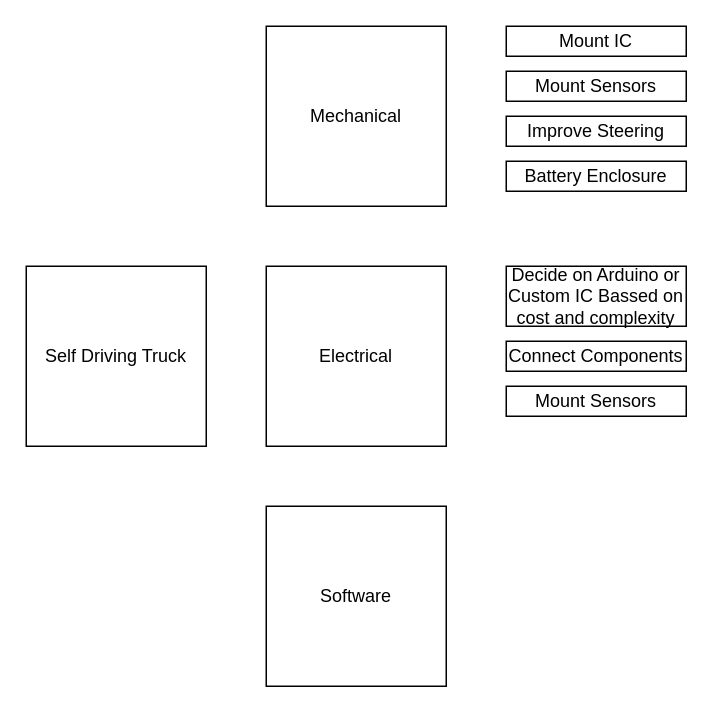
The draw.io diagram Self_Driving_Truck.drawio in usernamesareusless/Truck, before the edit. Source tidied: cells renumbered, new cells numbered last; positions are measured from the earlier drawing's top-left corner, leaving out a move shared by most shapes. Both pictures are drawn from the tidied source at 150%, with x=0, y=0 at pixel (26, 26).
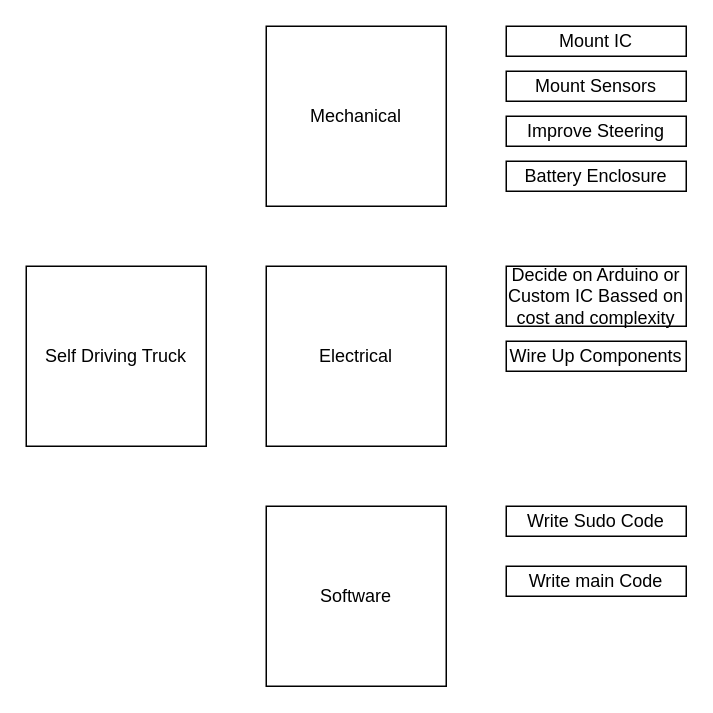
Above is the later version.

What changed in the source:
```diff
@@
 <mxGraphModel>
   <root>
     <mxCell id="0" />
     <mxCell id="1" parent="0" />
     <mxCell id="2" value="Self Driving Truck" style="whiteSpace=wrap;html=1;" parent="1" vertex="1">
       <mxGeometry y="160" width="120" height="120" as="geometry" />
     </mxCell>
     <mxCell id="3" value="Mechanical" style="whiteSpace=wrap;html=1;" parent="1" vertex="1">
       <mxGeometry x="160" width="120" height="120" as="geometry" />
     </mxCell>
     <mxCell id="4" value="Software" style="whiteSpace=wrap;html=1;" parent="1" vertex="1">
       <mxGeometry x="160" y="320" width="120" height="120" as="geometry" />
     </mxCell>
     <mxCell id="5" value="Electrical" style="whiteSpace=wrap;html=1;" parent="1" vertex="1">
       <mxGeometry x="160" y="160" width="120" height="120" as="geometry" />
     </mxCell>
     <mxCell id="6" value="Mount IC" style="rounded=0;whiteSpace=wrap;html=1;" parent="1" vertex="1">
       <mxGeometry x="320" width="120" height="20" as="geometry" />
     </mxCell>
     <mxCell id="7" value="Mount Sensors" style="rounded=0;whiteSpace=wrap;html=1;" parent="1" vertex="1">
       <mxGeometry x="320" y="30" width="120" height="20" as="geometry" />
     </mxCell>
     <mxCell id="8" value="Improve Steering" style="rounded=0;whiteSpace=wrap;html=1;" parent="1" vertex="1">
       <mxGeometry x="320" y="60" width="120" height="20" as="geometry" />
     </mxCell>
     <mxCell id="9" value="Decide on Arduino or Custom IC Bassed on cost and complexity" style="rounded=0;whiteSpace=wrap;html=1;" parent="1" vertex="1">
       <mxGeometry x="320" y="160" width="120" height="40" as="geometry" />
     </mxCell>
-    <mxCell id="10" value="Mount Sensors" style="rounded=0;whiteSpace=wrap;html=1;" parent="1" vertex="1">
-      <mxGeometry x="320" y="240" width="120" height="20" as="geometry" />
-    </mxCell>
-    <mxCell id="11" value="Connect Components" style="rounded=0;whiteSpace=wrap;html=1;" parent="1" vertex="1">
+    <mxCell id="11" value="Wire Up Components" style="rounded=0;whiteSpace=wrap;html=1;" parent="1" vertex="1">
       <mxGeometry x="320" y="210" width="120" height="20" as="geometry" />
     </mxCell>
     <mxCell id="12" value="Battery Enclosure" style="rounded=0;whiteSpace=wrap;html=1;" parent="1" vertex="1">
       <mxGeometry x="320" y="90" width="120" height="20" as="geometry" />
     </mxCell>
+    <mxCell id="13" value="Write Sudo Code" style="rounded=0;whiteSpace=wrap;html=1;" parent="1" vertex="1">
+      <mxGeometry x="320" y="320" width="120" height="20" as="geometry" />
+    </mxCell>
+    <mxCell id="14" value="Write main Code" style="rounded=0;whiteSpace=wrap;html=1;" parent="1" vertex="1">
+      <mxGeometry x="320" y="360" width="120" height="20" as="geometry" />
+    </mxCell>
   </root>
 </mxGraphModel>
```
